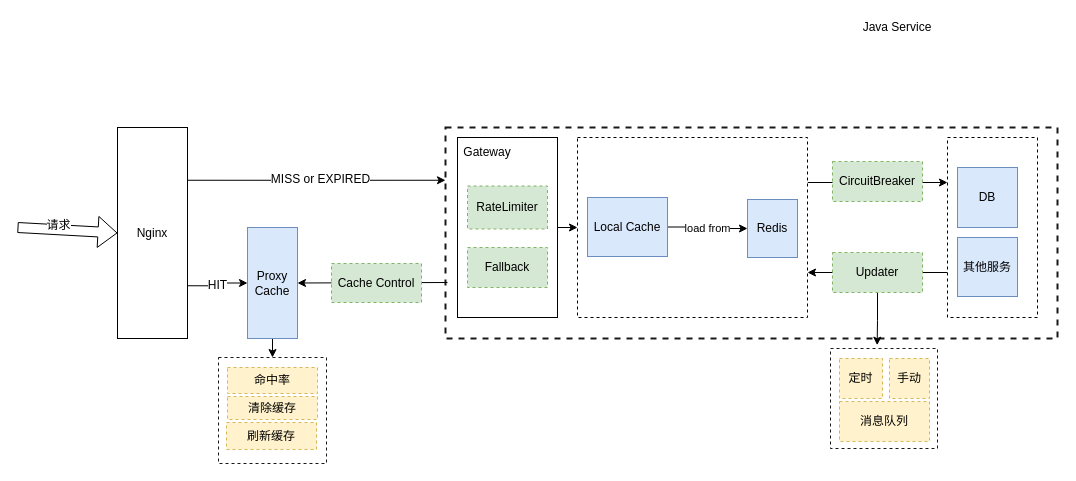
This is 跨年直播多级缓存系统.drawio from lndj/draw.io, a draw.io file, before an edit. Source tidied: cells renumbered, new cells numbered last; positions are measured from the earlier drawing's top-left corner, leaving out a move shared by most shapes. Both pictures are drawn from the tidied source at 100%, with x=0, y=0 at pixel (17, 17).
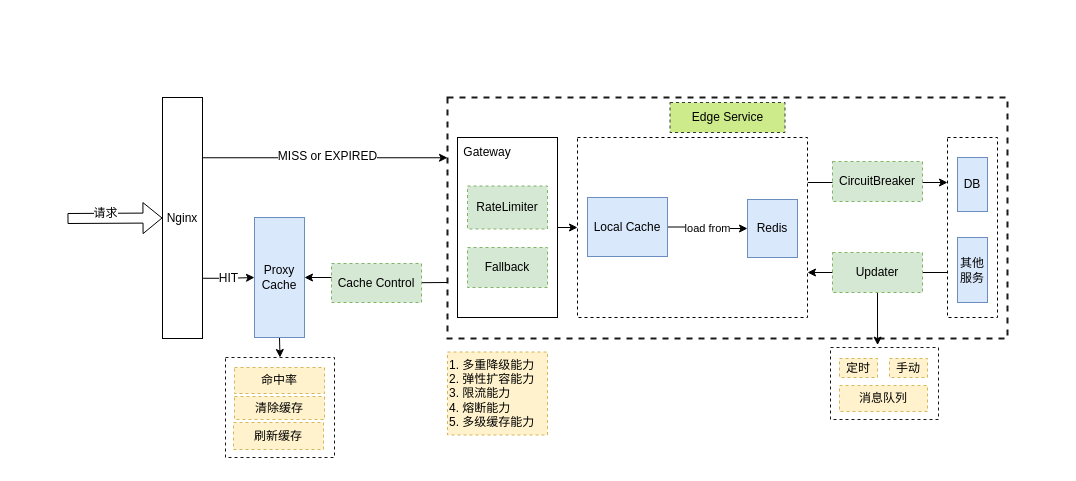
The same diagram, later.

Commit message:
更新跨年直播多级缓存系统.drawio

Unchanged cells that the change refers to:
```xml
<mxCell id="16" style="edgeStyle=orthogonalEdgeStyle;rounded=0;jettySize=auto;html=1;exitX=1;exitY=0.75;exitDx=0;exitDy=0;entryX=0;entryY=0.5;entryDx=0;entryDy=0;" parent="1" edge="1" source="20" target="14">
  <mxGeometry relative="1" as="geometry" />
</mxCell>
```

Change to the diagram source:
```diff
@@
     <mxCell id="2" style="rounded=0;whiteSpace=wrap;html=1;dashed=1;strokeWidth=2;strokeColor=#000000;opacity=90;" parent="1" vertex="1">
-      <mxGeometry x="428" y="110" width="612" height="211" as="geometry" />
+      <mxGeometry x="430" y="80" width="560" height="241" as="geometry" />
     </mxCell>
@@
     <mxCell id="5" style="rounded=0;whiteSpace=wrap;html=1;dashed=1;strokeWidth=1;" parent="1" vertex="1">
-      <mxGeometry x="930" y="120" width="90" height="180" as="geometry" />
+      <mxGeometry x="930" y="120" width="50" height="180" as="geometry" />
     </mxCell>
@@
     <mxCell id="11" value="DB&lt;br&gt;" style="rounded=0;whiteSpace=wrap;html=1;fillColor=#dae8fc;strokeColor=#6c8ebf;" parent="1" vertex="1">
-      <mxGeometry x="940" y="150" width="60" height="60" as="geometry" />
+      <mxGeometry x="940" y="140" width="30" height="54" as="geometry" />
     </mxCell>
     <mxCell id="12" value="其他服务" style="rounded=0;whiteSpace=wrap;html=1;fillColor=#dae8fc;strokeColor=#6c8ebf;" parent="1" vertex="1">
-      <mxGeometry x="940" y="220" width="60" height="59" as="geometry" />
+      <mxGeometry x="940" y="220" width="30" height="65" as="geometry" />
     </mxCell>
@@
     <mxCell id="14" value="Proxy Cache" style="rounded=0;whiteSpace=wrap;html=1;fillColor=#dae8fc;strokeColor=#6c8ebf;" parent="1" vertex="1">
-      <mxGeometry x="230" y="210" width="50" height="111" as="geometry" />
+      <mxGeometry x="237" y="200" width="50" height="120" as="geometry" />
     </mxCell>
-    <mxCell id="15" value="Java Service" style="text;html=1;strokeColor=none;fillColor=none;align=center;verticalAlign=middle;whiteSpace=wrap;rounded=0;dashed=1;opacity=40;" parent="1" vertex="1">
-      <mxGeometry x="835" width="90" height="20" as="geometry" />
-    </mxCell>
@@
     <mxCell id="17" value="HIT" style="text;html=1;align=center;verticalAlign=middle;labelBackgroundColor=#ffffff;" parent="16" vertex="1">
-      <mxGeometry x="-0.08" y="1" relative="1" as="geometry" />
+      <mxGeometry x="-0.08" y="1" relative="1" as="geometry">
+        <mxPoint x="1" y="0.5" as="offset" />
+      </mxGeometry>
     </mxCell>
@@
     <mxCell id="20" value="Nginx" style="rounded=0;whiteSpace=wrap;html=1;" parent="1" vertex="1">
-      <mxGeometry x="100" y="110" width="70" height="211" as="geometry" />
+      <mxGeometry x="145" y="80" width="40" height="241" as="geometry" />
     </mxCell>
@@
     <mxCell id="23" style="shape=flexArrow;endArrow=classic;html=1;entryX=0;entryY=0.5;entryDx=0;entryDy=0;" parent="1" edge="1" target="20">
       <mxGeometry relative="1" as="geometry">
-        <mxPoint y="210" as="sourcePoint" />
+        <mxPoint x="50" y="201" as="sourcePoint" />
       </mxGeometry>
     </mxCell>
@@
     <mxCell id="32" style="rounded=0;whiteSpace=wrap;html=1;dashed=1;strokeColor=#000000;opacity=90;" parent="1" vertex="1">
-      <mxGeometry x="813" y="331" width="107" height="100" as="geometry" />
+      <mxGeometry x="813" y="330" width="108" height="72" as="geometry" />
     </mxCell>
     <mxCell id="33" value="&lt;span&gt;消息队列&lt;/span&gt;" style="rounded=0;whiteSpace=wrap;html=1;fillColor=#fff2cc;strokeColor=#d6b656;dashed=1;" parent="1" vertex="1">
-      <mxGeometry x="822" y="384" width="90" height="40" as="geometry" />
+      <mxGeometry x="822" y="368" width="88" height="26" as="geometry" />
     </mxCell>
     <mxCell id="34" value="&lt;span&gt;定时&lt;/span&gt;" style="rounded=0;whiteSpace=wrap;html=1;fillColor=#fff2cc;strokeColor=#d6b656;dashed=1;" parent="1" vertex="1">
-      <mxGeometry x="822" y="341" width="43" height="40" as="geometry" />
+      <mxGeometry x="822" y="341" width="38" height="19" as="geometry" />
     </mxCell>
     <mxCell id="35" value="手动" style="rounded=0;whiteSpace=wrap;html=1;fillColor=#fff2cc;strokeColor=#d6b656;dashed=1;" parent="1" vertex="1">
-      <mxGeometry x="872" y="341" width="40" height="40" as="geometry" />
+      <mxGeometry x="872" y="341" width="38" height="19" as="geometry" />
     </mxCell>
     <mxCell id="36" style="rounded=0;whiteSpace=wrap;html=1;dashed=1;strokeColor=#000000;opacity=90;" parent="1" vertex="1">
-      <mxGeometry x="201" y="340" width="108" height="106" as="geometry" />
+      <mxGeometry x="208" y="340" width="109" height="100" as="geometry" />
     </mxCell>
     <mxCell id="37" value="&lt;span&gt;清除缓存&lt;/span&gt;" style="rounded=0;whiteSpace=wrap;html=1;fillColor=#fff2cc;strokeColor=#d6b656;dashed=1;" parent="1" vertex="1">
-      <mxGeometry x="210" y="379" width="90" height="23" as="geometry" />
+      <mxGeometry x="217" y="379" width="90" height="23" as="geometry" />
     </mxCell>
     <mxCell id="38" value="&lt;span&gt;命中率&lt;/span&gt;" style="rounded=0;whiteSpace=wrap;html=1;fillColor=#fff2cc;strokeColor=#d6b656;dashed=1;" parent="1" vertex="1">
-      <mxGeometry x="210" y="350" width="90" height="26" as="geometry" />
+      <mxGeometry x="217" y="350" width="90" height="26" as="geometry" />
     </mxCell>
     <mxCell id="39" value="&lt;span&gt;刷新缓存&lt;/span&gt;" style="rounded=0;whiteSpace=wrap;html=1;fillColor=#fff2cc;strokeColor=#d6b656;dashed=1;" parent="1" vertex="1">
-      <mxGeometry x="209" y="405" width="90" height="27" as="geometry" />
+      <mxGeometry x="216" y="405" width="90" height="27" as="geometry" />
     </mxCell>
+    <mxCell id="40" value="&lt;span&gt;Edge Service&lt;/span&gt;" style="rounded=0;whiteSpace=wrap;html=1;fillColor=#cdeb8b;strokeColor=#36393d;dashed=1;" parent="1" vertex="1">
+      <mxGeometry x="652.5" y="85" width="115" height="30" as="geometry" />
+    </mxCell>
+    <mxCell id="41" value="&lt;span&gt;1. 多重降级能力&lt;br&gt;2. 弹性扩容能力&lt;br&gt;3. 限流能力&lt;br&gt;4. 熔断能力&lt;br&gt;5. 多级缓存能力&lt;br&gt;&lt;/span&gt;" style="rounded=0;whiteSpace=wrap;html=1;fillColor=#fff2cc;strokeColor=#d6b656;dashed=1;align=left;" parent="1" vertex="1">
+      <mxGeometry x="430" y="334.5" width="100" height="83" as="geometry" />
+    </mxCell>
```
